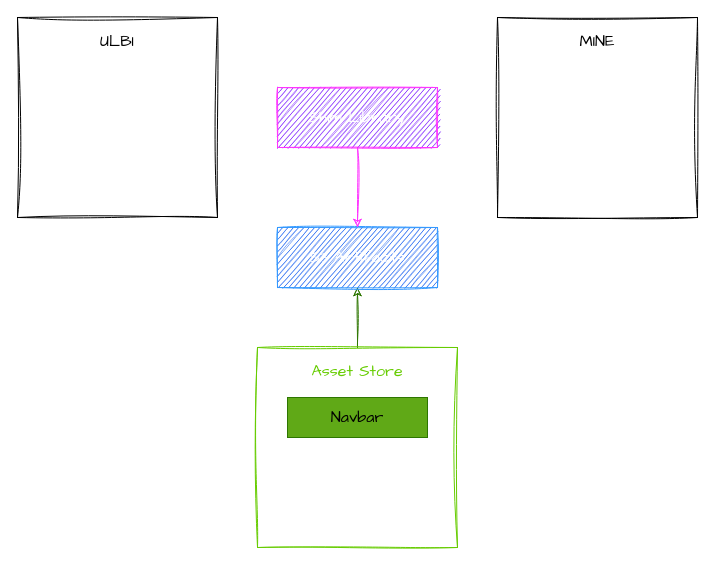
Before: page "Asset Store" (3 of 5) of architecture.dio in Elijah-I/ULBI, a draw.io diagram. Source tidied: cells renumbered, new cells numbered last; positions are measured from the earlier drawing's top-left corner, leaving out a move shared by most shapes. Both pictures are drawn from the tidied source at 100%, with x=0, y=0 at pixel (17, 17).
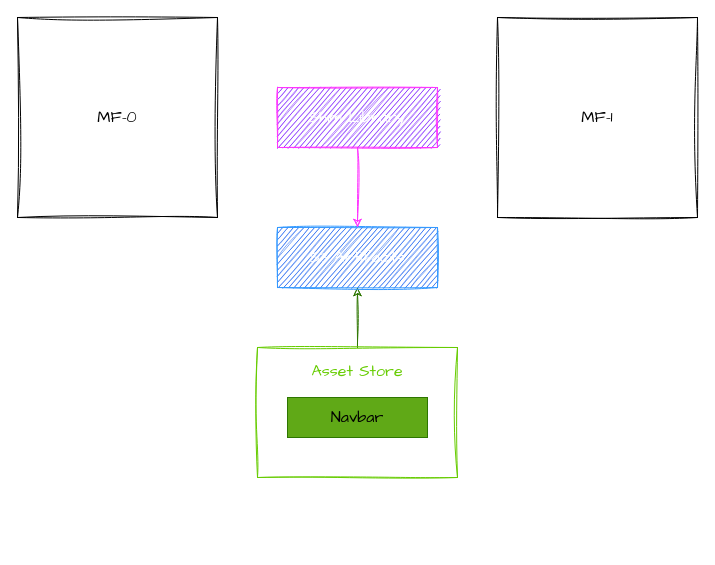
The same page after the edit.

Diff of the diagram source:
```diff
@@
 <mxGraphModel>
   <root>
     <mxCell id="0" />
     <mxCell id="1" parent="0" />
     <mxCell id="2" style="edgeStyle=none;rounded=0;sketch=1;html=1;entryX=0;entryY=0.5;entryDx=0;entryDy=0;strokeColor=#FFFFFF;fontFamily=Comic Sans MS;fontSize=16;fontColor=#FFFFFF;" parent="1" edge="1" source="3" target="11">
       <mxGeometry relative="1" as="geometry" />
     </mxCell>
-    <mxCell id="3" value="&lt;font style=&quot;font-size: 16px;&quot;&gt;ULBI&lt;/font&gt;" style="rounded=0;whiteSpace=wrap;html=1;horizontal=1;verticalAlign=top;fontSize=16;spacing=10;strokeWidth=1;sketch=1;curveFitting=1;jiggle=2;fontFamily=Comic Sans MS;" parent="1" vertex="1">
+    <mxCell id="3" value="&lt;font style=&quot;font-size: 16px;&quot;&gt;MF-0&lt;/font&gt;" style="rounded=0;whiteSpace=wrap;html=1;horizontal=1;verticalAlign=middle;fontSize=16;spacing=10;strokeWidth=1;sketch=1;curveFitting=1;jiggle=2;fontFamily=Comic Sans MS;align=center;" parent="1" vertex="1">
       <mxGeometry width="200" height="200" as="geometry" />
     </mxCell>
     <mxCell id="4" style="edgeStyle=none;rounded=0;sketch=1;html=1;entryX=0.5;entryY=1;entryDx=0;entryDy=0;fontFamily=Comic Sans MS;fontSize=16;fontColor=#000000;fillColor=#60a917;strokeColor=#2D7600;" parent="1" edge="1" source="5" target="9">
       <mxGeometry relative="1" as="geometry" />
     </mxCell>
     <mxCell id="5" value="&lt;font color=&quot;#66cc00&quot; style=&quot;font-size: 16px;&quot;&gt;Asset Store&lt;/font&gt;" style="rounded=0;whiteSpace=wrap;html=1;horizontal=1;verticalAlign=top;fontSize=16;spacing=10;strokeWidth=1;strokeColor=#66CC00;sketch=1;curveFitting=1;jiggle=2;fontFamily=Comic Sans MS;" parent="1" vertex="1">
-      <mxGeometry x="240" y="330" width="200" height="200" as="geometry" />
+      <mxGeometry x="240" y="330" width="200" height="130" as="geometry" />
     </mxCell>
     <mxCell id="6" value="&lt;font color=&quot;#000000&quot;&gt;Navbar&lt;/font&gt;" style="rounded=0;whiteSpace=wrap;html=1;fontSize=16;strokeColor=#2D7600;fillColor=#60a917;fontColor=#ffffff;fontFamily=Comic Sans MS;" parent="1" vertex="1">
       <mxGeometry x="270" y="380" width="140" height="40" as="geometry" />
     </mxCell>
     <mxCell id="7" style="edgeStyle=none;rounded=0;sketch=1;html=1;exitX=0;exitY=0.5;exitDx=0;exitDy=0;entryX=1;entryY=0.5;entryDx=0;entryDy=0;strokeColor=#FFFFFF;fontFamily=Comic Sans MS;fontSize=16;fontColor=#FFFFFF;" parent="1" edge="1" source="8" target="11">
       <mxGeometry relative="1" as="geometry" />
     </mxCell>
-    <mxCell id="8" value="&lt;font style=&quot;font-size: 16px;&quot;&gt;MINE&lt;/font&gt;" style="rounded=0;whiteSpace=wrap;html=1;horizontal=1;verticalAlign=top;fontSize=16;spacing=10;strokeWidth=1;sketch=1;curveFitting=1;jiggle=2;fontFamily=Comic Sans MS;" parent="1" vertex="1">
+    <mxCell id="8" value="&lt;font style=&quot;font-size: 16px;&quot;&gt;MF-1&lt;/font&gt;" style="rounded=0;whiteSpace=wrap;html=1;horizontal=1;verticalAlign=middle;fontSize=16;spacing=10;strokeWidth=1;sketch=1;curveFitting=1;jiggle=2;fontFamily=Comic Sans MS;" parent="1" vertex="1">
       <mxGeometry x="480" width="200" height="200" as="geometry" />
     </mxCell>
     <mxCell id="9" value="S3 Artifacts" style="rounded=0;whiteSpace=wrap;html=1;sketch=1;strokeWidth=1;fontFamily=Comic Sans MS;fontSize=16;strokeColor=#3399FF;fillColor=#0050ef;fontColor=#ffffff;" parent="1" vertex="1">
       <mxGeometry x="260" y="210" width="160" height="60" as="geometry" />
     </mxCell>
     <mxCell id="10" style="edgeStyle=none;rounded=0;sketch=1;html=1;entryX=0.5;entryY=0;entryDx=0;entryDy=0;fontFamily=Comic Sans MS;fontSize=16;fontColor=#FFFFFF;strokeColor=#FF33FF;" parent="1" edge="1" source="11" target="9">
       <mxGeometry relative="1" as="geometry" />
     </mxCell>
     <mxCell id="11" value="Shim Library" style="rounded=0;whiteSpace=wrap;html=1;sketch=1;strokeWidth=1;fontFamily=Comic Sans MS;fontSize=16;strokeColor=#FF33FF;fillColor=#6a00ff;fontColor=#ffffff;" parent="1" vertex="1">
       <mxGeometry x="260" y="70" width="160" height="60" as="geometry" />
     </mxCell>
   </root>
 </mxGraphModel>
```
